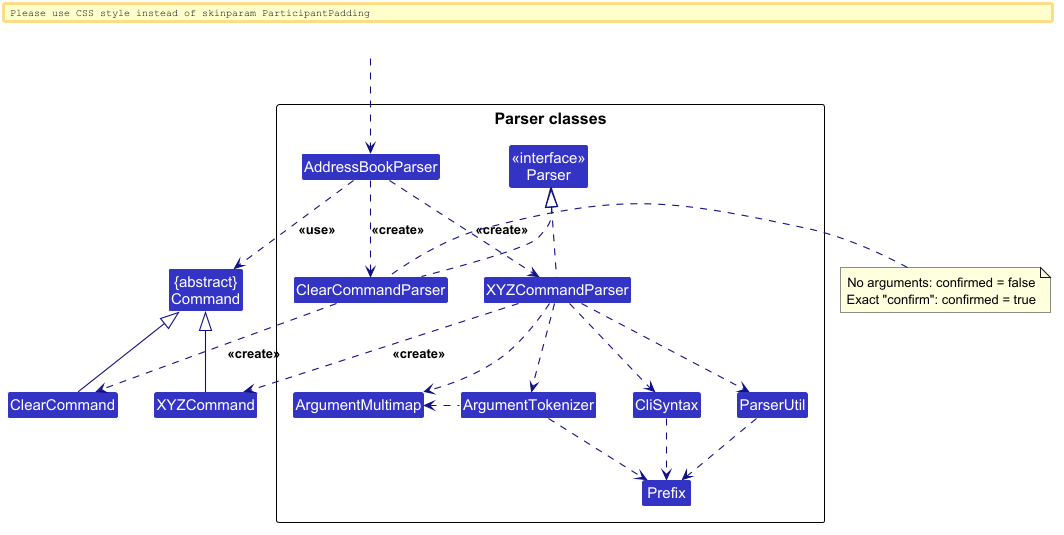
Before: docs/images/ParserClasses.png, a diagram exported from PlantUML (AY2627S1-CS2103T-F14-3/tp). Source of this version:
```plantuml
@startuml
!include style.puml
skinparam arrowThickness 1.1
skinparam arrowColor LOGIC_COLOR_T4
skinparam classBackgroundColor LOGIC_COLOR

Class "{abstract}\nCommand" as Command
Class XYZCommand
Class ClearCommand {
    -confirmed : boolean
}

package "Parser classes"{
Class "<<interface>>\nParser" as Parser
Class AddressBookParser
Class XYZCommandParser
Class ClearCommandParser
Class CliSyntax
Class ParserUtil
Class ArgumentMultimap
Class ArgumentTokenizer
Class Prefix
}

Class HiddenOutside #FFFFFF
HiddenOutside ..> AddressBookParser

AddressBookParser .down.> XYZCommandParser: <<create>>

XYZCommandParser ..> XYZCommand : <<create>>
AddressBookParser ..> Command : <<use>>
XYZCommandParser .up.|> Parser
XYZCommandParser ..> ArgumentMultimap
XYZCommandParser ..> ArgumentTokenizer
ArgumentTokenizer .left.> ArgumentMultimap
XYZCommandParser ..> CliSyntax
CliSyntax ..> Prefix
XYZCommandParser ..> ParserUtil
ParserUtil .down.> Prefix
ArgumentTokenizer .down.> Prefix
XYZCommand -up-|> Command
AddressBookParser ..> ClearCommandParser : <<create>>
ClearCommandParser ..> ClearCommand : <<create>>
ClearCommandParser .up.|> Parser
ClearCommand -up-|> Command
note left of ClearCommandParser
  No arguments: confirmed = false
  Exact "confirm": confirmed = true
end note
@enduml
```
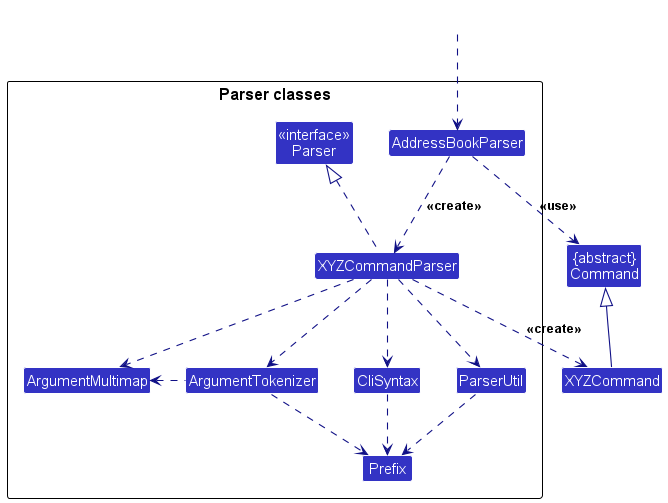
After the change.

Commit message:
Restore XYZcommand diagram

The edit, as a diff of the source:
```diff
@@ -6,15 +6,11 @@
 
 Class "{abstract}\nCommand" as Command
 Class XYZCommand
-Class ClearCommand {
-    -confirmed : boolean
-}
 
 package "Parser classes"{
 Class "<<interface>>\nParser" as Parser
 Class AddressBookParser
 Class XYZCommandParser
-Class ClearCommandParser
 Class CliSyntax
 Class ParserUtil
 Class ArgumentMultimap
@@ -39,12 +35,4 @@
 ParserUtil .down.> Prefix
 ArgumentTokenizer .down.> Prefix
 XYZCommand -up-|> Command
-AddressBookParser ..> ClearCommandParser : <<create>>
-ClearCommandParser ..> ClearCommand : <<create>>
-ClearCommandParser .up.|> Parser
-ClearCommand -up-|> Command
-note left of ClearCommandParser
-  No arguments: confirmed = false
-  Exact "confirm": confirmed = true
-end note
 @enduml
```
